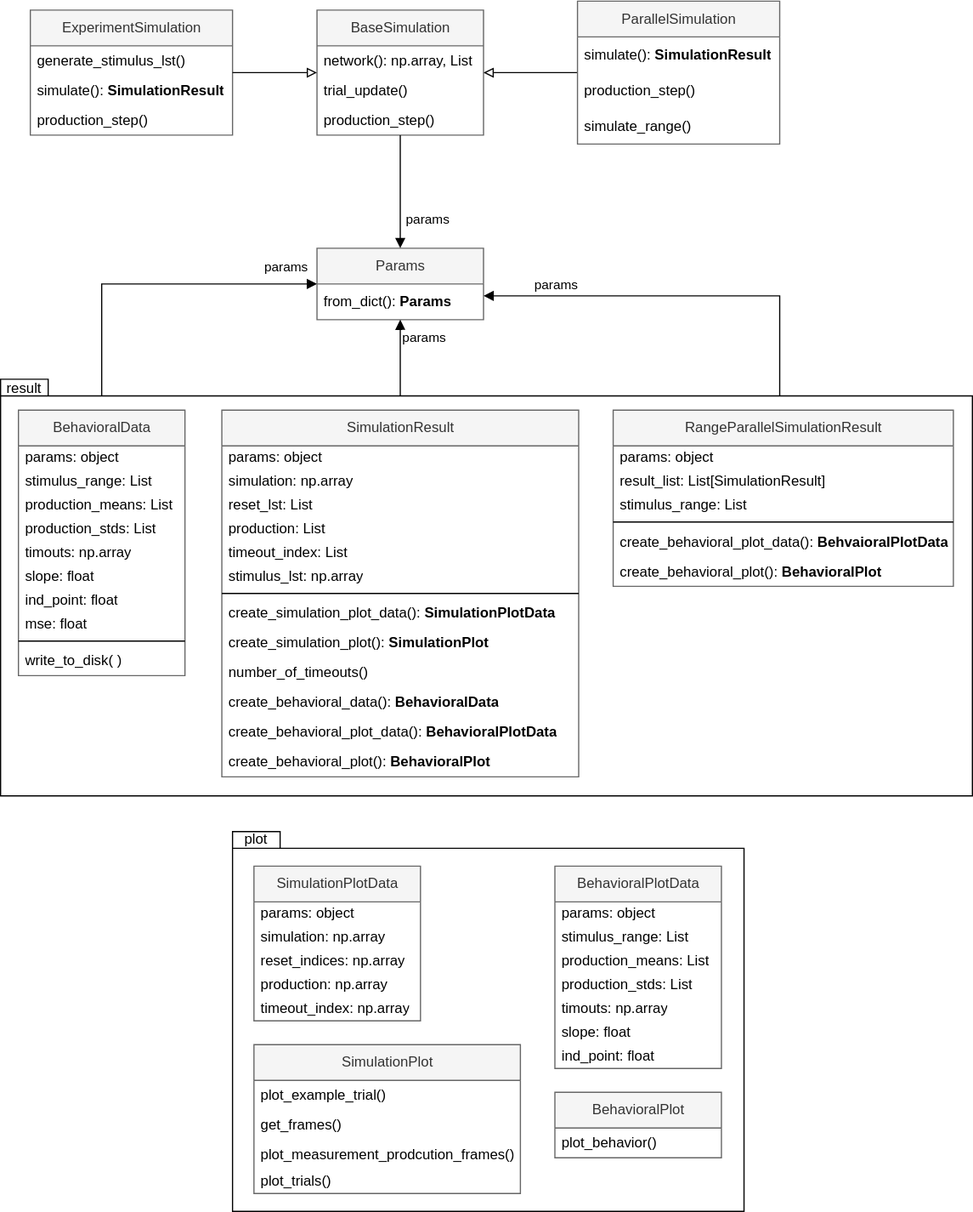
Earlier version of the draw.io export notes/codeStructure.drawio.svg (KatharinaBracher/neural-circuit-model). Source tidied: cells renumbered, new cells last; positions are measured from the earlier drawing's top-left corner, leaving out a move shared by most shapes.
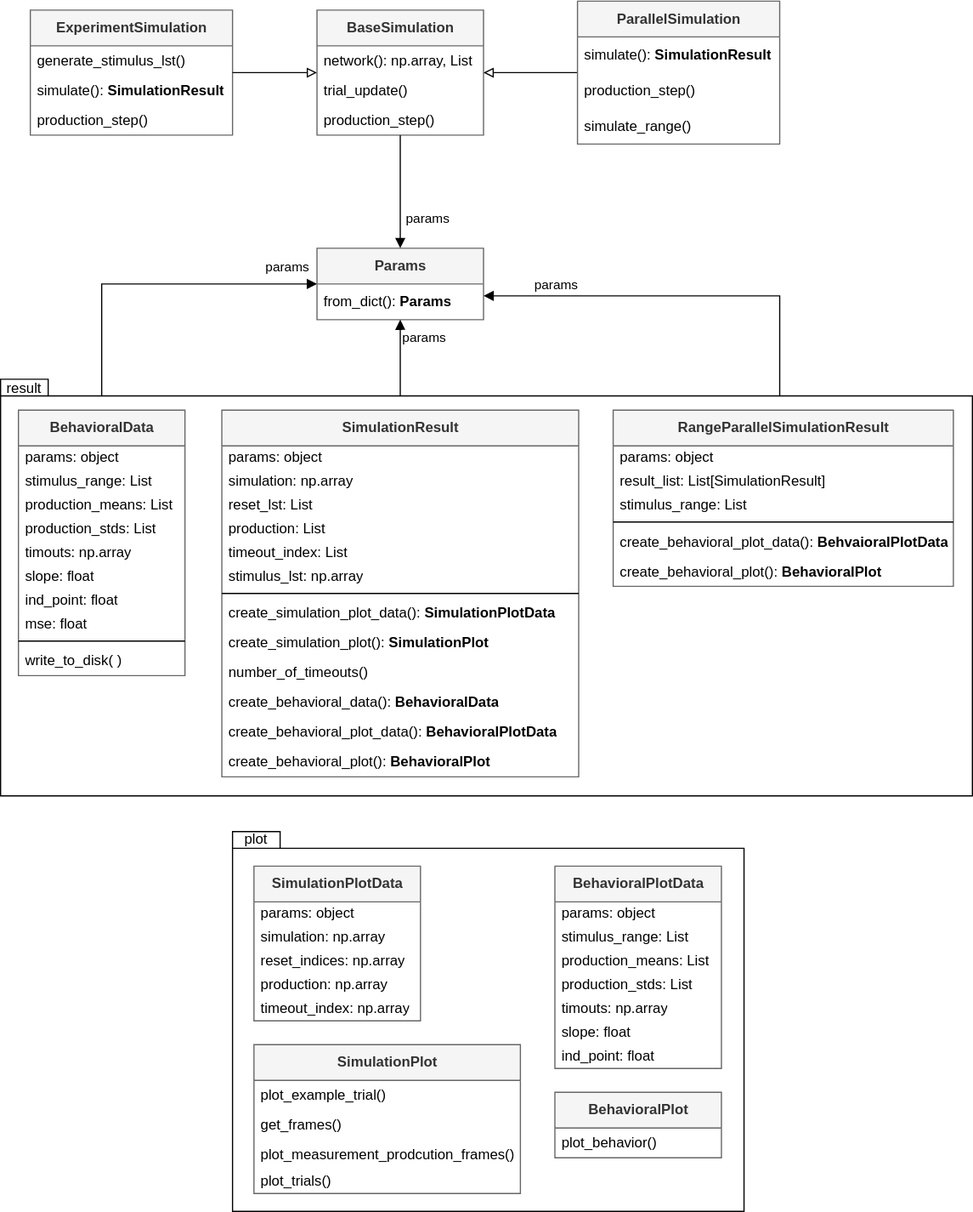
The same diagram one commit later.

What changed in the source:
```diff
@@ -11,7 +11,7 @@
     <mxCell id="4" value="plot" style="text;html=1;strokeColor=none;fillColor=none;align=center;verticalAlign=middle;whiteSpace=wrap;rounded=0;" parent="2" vertex="1">
       <mxGeometry width="39.7" height="13.7" as="geometry" />
     </mxCell>
-    <mxCell id="5" value="BaseSimulation" style="swimlane;fontStyle=0;horizontal=1;startSize=30;fillColor=#f5f5f5;fontColor=#333333;strokeColor=#666666;html=1;" parent="1" vertex="1">
+    <mxCell id="5" value="&lt;b&gt;BaseSimulation&lt;/b&gt;" style="swimlane;fontStyle=0;horizontal=1;startSize=30;fillColor=#f5f5f5;fontColor=#333333;strokeColor=#666666;html=1;" parent="1" vertex="1">
       <mxGeometry x="266" y="8" width="140" height="105" as="geometry" />
     </mxCell>
     <mxCell id="6" value="network(): np.array, List" style="text;strokeColor=none;fillColor=none;align=left;verticalAlign=middle;spacingLeft=4;spacingRight=4;overflow=hidden;html=1;" parent="5" vertex="1">
@@ -23,13 +23,13 @@
     <mxCell id="8" value="production_step()" style="text;strokeColor=none;fillColor=none;align=left;verticalAlign=middle;spacingLeft=4;spacingRight=4;overflow=hidden;html=1;" parent="5" vertex="1">
       <mxGeometry y="80" width="140" height="25" as="geometry" />
     </mxCell>
-    <mxCell id="9" value="Params" style="swimlane;fontStyle=0;horizontal=1;startSize=30;fillColor=#f5f5f5;fontColor=#333333;strokeColor=#666666;html=1;" parent="1" vertex="1">
+    <mxCell id="9" value="&lt;b&gt;Params&lt;/b&gt;" style="swimlane;fontStyle=0;horizontal=1;startSize=30;fillColor=#f5f5f5;fontColor=#333333;strokeColor=#666666;html=1;" parent="1" vertex="1">
       <mxGeometry x="266" y="208" width="140" height="60" as="geometry" />
     </mxCell>
     <mxCell id="10" value="from_dict(): &lt;b&gt;Params&lt;/b&gt;" style="text;strokeColor=none;fillColor=none;align=left;verticalAlign=middle;spacingLeft=4;spacingRight=4;overflow=hidden;html=1;" parent="9" vertex="1">
       <mxGeometry y="30" width="140" height="30" as="geometry" />
     </mxCell>
-    <mxCell id="11" value="ExperimentSimulation" style="swimlane;fontStyle=0;horizontal=1;startSize=30;fillColor=#f5f5f5;fontColor=#333333;strokeColor=#666666;html=1;" parent="1" vertex="1">
+    <mxCell id="11" value="&lt;b&gt;ExperimentSimulation&lt;/b&gt;" style="swimlane;fontStyle=0;horizontal=1;startSize=30;fillColor=#f5f5f5;fontColor=#333333;strokeColor=#666666;html=1;" parent="1" vertex="1">
       <mxGeometry x="25" y="8" width="170" height="105" as="geometry" />
     </mxCell>
     <mxCell id="12" value="generate_stimulus_lst()" style="text;strokeColor=none;fillColor=none;align=left;verticalAlign=middle;spacingLeft=4;spacingRight=4;overflow=hidden;html=1;" parent="11" vertex="1">
@@ -55,7 +55,7 @@
     <mxCell id="18" style="edgeStyle=orthogonalEdgeStyle;rounded=0;html=1;endArrow=block;endFill=0;" parent="1" edge="1" source="19" target="5">
       <mxGeometry relative="1" as="geometry" />
     </mxCell>
-    <mxCell id="19" value="ParallelSimulation" style="swimlane;fontStyle=0;horizontal=1;startSize=30;fillColor=#f5f5f5;fontColor=#333333;strokeColor=#666666;html=1;" parent="1" vertex="1">
+    <mxCell id="19" value="&lt;b&gt;ParallelSimulation&lt;/b&gt;" style="swimlane;fontStyle=0;horizontal=1;startSize=30;fillColor=#f5f5f5;fontColor=#333333;strokeColor=#666666;html=1;" parent="1" vertex="1">
       <mxGeometry x="485" y="0.5" width="170" height="120" as="geometry" />
     </mxCell>
     <mxCell id="20" value="simulate(): &lt;b&gt;SimulationResult&lt;/b&gt;" style="text;strokeColor=none;fillColor=none;align=left;verticalAlign=middle;spacingLeft=4;spacingRight=4;overflow=hidden;html=1;" parent="19" vertex="1">
@@ -99,7 +99,7 @@
         <mxPoint x="-77" y="-13" as="offset" />
       </mxGeometry>
     </mxCell>
-    <mxCell id="29" value="BehavioralPlotData" style="swimlane;fontStyle=0;horizontal=1;startSize=30;html=1;fillColor=#f5f5f5;fontColor=#333333;strokeColor=#666666;" parent="1" vertex="1">
+    <mxCell id="29" value="&lt;b&gt;BehavioralPlotData&lt;/b&gt;" style="swimlane;fontStyle=0;horizontal=1;startSize=30;html=1;fillColor=#f5f5f5;fontColor=#333333;strokeColor=#666666;" parent="1" vertex="1">
       <mxGeometry x="466" y="727" width="140" height="170" as="geometry" />
     </mxCell>
     <mxCell id="30" value="params: object" style="text;strokeColor=none;fillColor=none;align=left;verticalAlign=middle;spacingLeft=4;spacingRight=4;overflow=hidden;html=1;" parent="29" vertex="1">
@@ -123,7 +123,7 @@
     <mxCell id="36" value="ind_point: float" style="text;strokeColor=none;fillColor=none;align=left;verticalAlign=middle;spacingLeft=4;spacingRight=4;overflow=hidden;html=1;" parent="29" vertex="1">
       <mxGeometry y="150" width="140" height="20" as="geometry" />
     </mxCell>
-    <mxCell id="37" value="SimulationPlot" style="swimlane;fontStyle=0;horizontal=1;startSize=30;html=1;fillColor=#f5f5f5;fontColor=#333333;strokeColor=#666666;" parent="1" vertex="1">
+    <mxCell id="37" value="&lt;b&gt;SimulationPlot&lt;/b&gt;" style="swimlane;fontStyle=0;horizontal=1;startSize=30;html=1;fillColor=#f5f5f5;fontColor=#333333;strokeColor=#666666;" parent="1" vertex="1">
       <mxGeometry x="213" y="877" width="224" height="125" as="geometry" />
     </mxCell>
     <mxCell id="38" value="plot_example_trial()" style="text;strokeColor=none;fillColor=none;align=left;verticalAlign=middle;spacingLeft=4;spacingRight=4;overflow=hidden;html=1;" parent="37" vertex="1">
@@ -138,7 +138,7 @@
     <mxCell id="41" value="plot_trials()" style="text;strokeColor=none;fillColor=none;align=left;verticalAlign=middle;spacingLeft=4;spacingRight=4;overflow=hidden;html=1;" parent="37" vertex="1">
       <mxGeometry y="105" width="224" height="20" as="geometry" />
     </mxCell>
-    <mxCell id="42" value="SimulationPlotData" style="swimlane;fontStyle=0;horizontal=1;startSize=30;html=1;fillColor=#f5f5f5;fontColor=#333333;strokeColor=#666666;" parent="1" vertex="1">
+    <mxCell id="42" value="&lt;b&gt;SimulationPlotData&lt;/b&gt;" style="swimlane;fontStyle=0;horizontal=1;startSize=30;html=1;fillColor=#f5f5f5;fontColor=#333333;strokeColor=#666666;" parent="1" vertex="1">
       <mxGeometry x="213" y="727" width="140" height="130" as="geometry" />
     </mxCell>
     <mxCell id="43" value="params: object" style="text;strokeColor=none;fillColor=none;align=left;verticalAlign=middle;spacingLeft=4;spacingRight=4;overflow=hidden;html=1;" parent="42" vertex="1">
@@ -156,7 +156,7 @@
     <mxCell id="47" value="timeout_index: np.array" style="text;strokeColor=none;fillColor=none;align=left;verticalAlign=middle;spacingLeft=4;spacingRight=4;overflow=hidden;html=1;" parent="42" vertex="1">
       <mxGeometry y="110" width="140" height="20" as="geometry" />
     </mxCell>
-    <mxCell id="48" value="BehavioralPlot" style="swimlane;fontStyle=0;horizontal=1;startSize=30;html=1;fillColor=#f5f5f5;fontColor=#333333;strokeColor=#666666;" parent="1" vertex="1">
+    <mxCell id="48" value="&lt;b&gt;BehavioralPlot&lt;/b&gt;" style="swimlane;fontStyle=0;horizontal=1;startSize=30;html=1;fillColor=#f5f5f5;fontColor=#333333;strokeColor=#666666;" parent="1" vertex="1">
       <mxGeometry x="466" y="917" width="140" height="55" as="geometry" />
     </mxCell>
     <mxCell id="49" value="plot_behavior()" style="text;strokeColor=none;fillColor=none;align=left;verticalAlign=middle;spacingLeft=4;spacingRight=4;overflow=hidden;html=1;" parent="48" vertex="1">
@@ -168,7 +168,7 @@
     <mxCell id="51" value="result" style="text;html=1;strokeColor=none;fillColor=none;align=center;verticalAlign=middle;whiteSpace=wrap;rounded=0;" parent="1" vertex="1">
       <mxGeometry y="318" width="40" height="16.5" as="geometry" />
     </mxCell>
-    <mxCell id="52" value="SimulationResult" style="swimlane;fontStyle=0;horizontal=1;startSize=30;fillColor=#f5f5f5;fontColor=#333333;strokeColor=#666666;html=1;" parent="1" vertex="1">
+    <mxCell id="52" value="&lt;b&gt;SimulationResult&lt;/b&gt;" style="swimlane;fontStyle=0;horizontal=1;startSize=30;fillColor=#f5f5f5;fontColor=#333333;strokeColor=#666666;html=1;" parent="1" vertex="1">
       <mxGeometry x="186" y="344" width="300" height="308" as="geometry" />
     </mxCell>
     <mxCell id="53" value="params: object" style="text;strokeColor=none;fillColor=none;align=left;verticalAlign=middle;spacingLeft=4;spacingRight=4;overflow=hidden;html=1;" parent="52" vertex="1">
@@ -210,7 +210,7 @@
     <mxCell id="65" value="create_behavioral_plot(): &lt;b&gt;BehavioralPlot&lt;/b&gt;" style="text;strokeColor=none;fillColor=none;align=left;verticalAlign=middle;spacingLeft=4;spacingRight=4;overflow=hidden;html=1;" parent="52" vertex="1">
       <mxGeometry y="283" width="300" height="25" as="geometry" />
     </mxCell>
-    <mxCell id="66" value="BehavioralData" style="swimlane;fontStyle=0;horizontal=1;startSize=30;fillColor=#f5f5f5;fontColor=#333333;strokeColor=#666666;html=1;" parent="1" vertex="1">
+    <mxCell id="66" value="&lt;b&gt;BehavioralData&lt;/b&gt;" style="swimlane;fontStyle=0;horizontal=1;startSize=30;fillColor=#f5f5f5;fontColor=#333333;strokeColor=#666666;html=1;" parent="1" vertex="1">
       <mxGeometry x="15" y="344" width="140" height="223" as="geometry" />
     </mxCell>
     <mxCell id="67" value="params: object" style="text;strokeColor=none;fillColor=none;align=left;verticalAlign=middle;spacingLeft=4;spacingRight=4;overflow=hidden;html=1;" parent="66" vertex="1">
@@ -243,7 +243,7 @@
     <mxCell id="76" value="write_to_disk( )" style="text;strokeColor=none;fillColor=none;align=left;verticalAlign=middle;spacingLeft=4;spacingRight=4;overflow=hidden;html=1;" parent="66" vertex="1">
       <mxGeometry y="198" width="140" height="25" as="geometry" />
     </mxCell>
-    <mxCell id="77" value="RangeParallelSimulationResult" style="swimlane;fontStyle=0;horizontal=1;startSize=30;fillColor=#f5f5f5;fontColor=#333333;strokeColor=#666666;html=1;" parent="1" vertex="1">
+    <mxCell id="77" value="&lt;b&gt;RangeParallelSimulationResult&lt;/b&gt;" style="swimlane;fontStyle=0;horizontal=1;startSize=30;fillColor=#f5f5f5;fontColor=#333333;strokeColor=#666666;html=1;" parent="1" vertex="1">
       <mxGeometry x="515" y="344" width="286" height="148" as="geometry" />
     </mxCell>
     <mxCell id="78" value="params: object" style="text;strokeColor=none;fillColor=none;align=left;verticalAlign=middle;spacingLeft=4;spacingRight=4;overflow=hidden;html=1;" parent="77" vertex="1">
```
